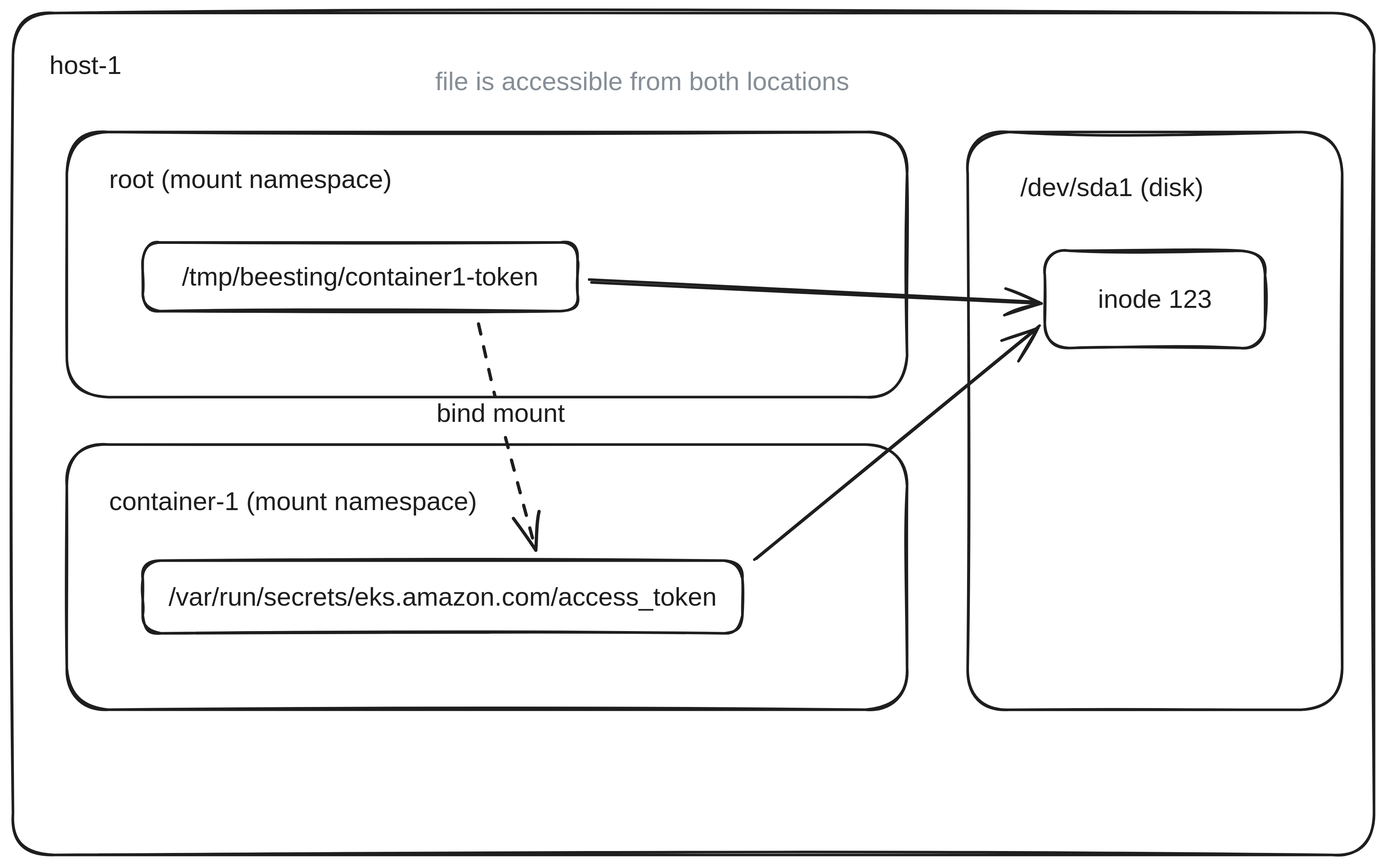
Before: presentation/public/bind_mount.excalidraw.svg, a diagram exported from Excalidraw (patrickpichler/beesting_talk). Source tidied: one line per element, renumbered; positions are measured from the earlier drawing's top-left corner, leaving out a move shared by most shapes.
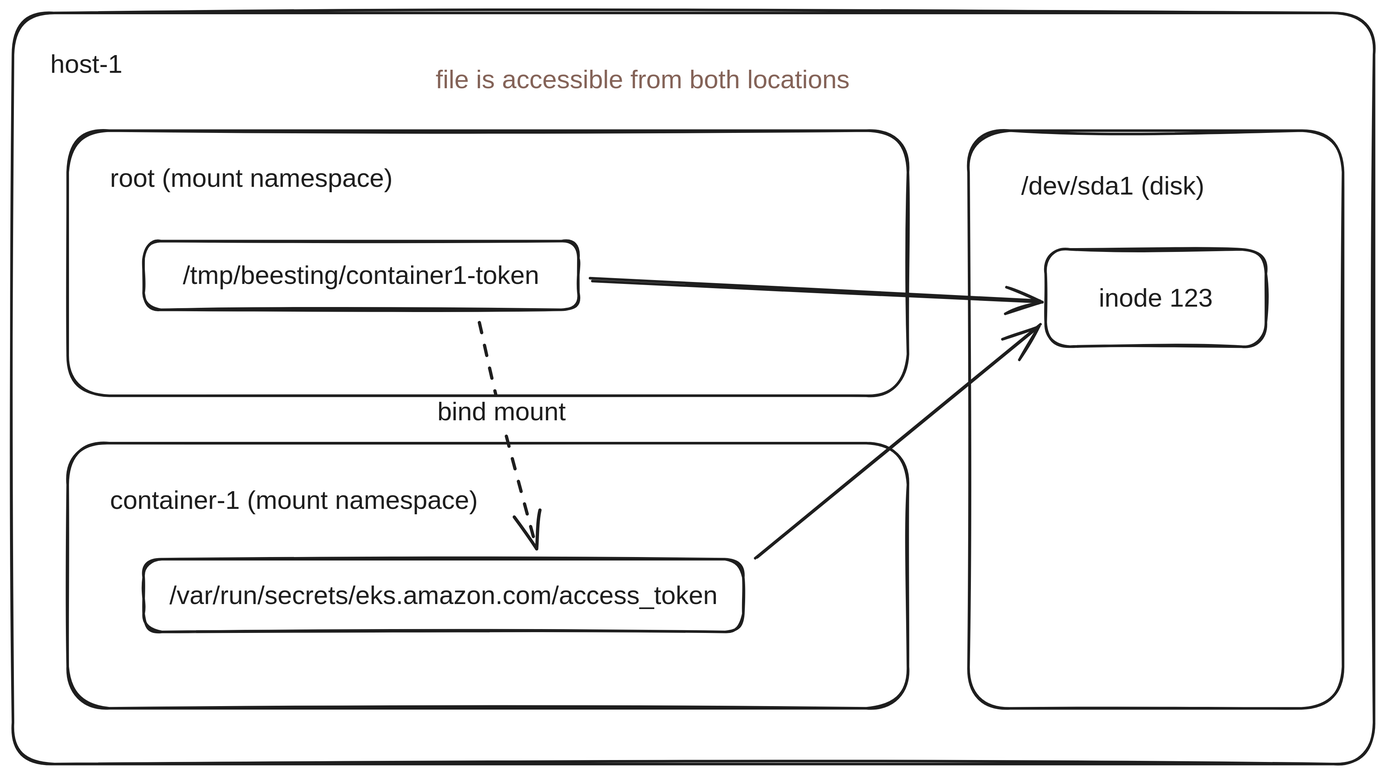
Above is the later version.

Change to the diagram source:
```diff
@@ -1,4 +1,4 @@
-{"id": 0, "type": "rectangle", "strokeColor": "#1e1e1e", "strokeWidth": 2, "roughness": 1, "round": true, "x": 0, "y": 0, "width": 1049, "height": 649}
+{"id": 0, "type": "rectangle", "strokeColor": "#1e1e1e", "strokeWidth": 2, "roughness": 1, "round": true, "x": -1, "y": 1, "width": 1049, "height": 579}
 {"id": 1, "type": "text", "text": "host-1", "strokeColor": "#1e1e1e", "strokeWidth": 2, "roughness": 1, "fontSize": 20, "fontFamily": 2, "x": 28, "y": 29, "width": 56, "height": 23}
 {"id": 2, "type": "rectangle", "strokeColor": "#1e1e1e", "strokeWidth": 2, "roughness": 1, "round": true, "x": 41, "y": 92, "width": 647, "height": 204}
 {"id": 3, "type": "text", "text": "root (mount namespace)", "strokeColor": "#1e1e1e", "strokeWidth": 2, "roughness": 1, "fontSize": 20, "fontFamily": 2, "x": 74, "y": 117, "width": 218, "height": 23}
@@ -12,7 +12,7 @@
 {"id": 11, "type": "arrow", "strokeColor": "#1e1e1e", "strokeWidth": 2, "roughness": 1, "endArrowhead": "arrow", "round": true, "from": 17, "to": 8, "x": 572, "y": 421, "width": 219, "height": 180, "points": [[0, 0], [219, -180]]}
 {"id": 12, "type": "arrow", "strokeColor": "#1e1e1e", "strokeWidth": 2, "strokeStyle": "dashed", "roughness": 1, "endArrowhead": "arrow", "round": true, "from": 15, "to": 17, "x": 358, "y": 240, "width": 45, "height": 173, "points": [[0, 0], [18, 68], [45, 173]]}
 {"id": 13, "type": "text", "text": "bind mount", "strokeColor": "#1e1e1e", "strokeWidth": 2, "strokeStyle": "dashed", "roughness": 1, "fontSize": 20, "fontFamily": 2, "textAlign": "center", "verticalAlign": "middle", "inside": 12, "x": 320, "y": 300, "width": 99, "height": 23}
-{"id": 14, "type": "text", "text": "file is accessible from both locations\n", "strokeColor": "#868e96", "strokeWidth": 2, "strokeStyle": "dashed", "roughness": 1, "fontSize": 20, "fontFamily": 2, "x": 325, "y": 41, "width": 319, "height": 46}
+{"id": 14, "type": "text", "text": "file is accessible from both locations\n", "strokeColor": "#846358", "strokeWidth": 2, "strokeStyle": "dashed", "roughness": 1, "fontSize": 20, "fontFamily": 2, "x": 325, "y": 41, "width": 319, "height": 46}
 {"id": 15, "type": "rectangle", "strokeColor": "#1e1e1e", "strokeWidth": 2, "roughness": 1, "round": true, "x": 100, "y": 177, "width": 335, "height": 53}
 {"id": 16, "type": "text", "text": "/tmp/beesting/container1-token", "strokeColor": "#1e1e1e", "strokeWidth": 2, "roughness": 1, "fontSize": 20, "fontFamily": 2, "textAlign": "center", "verticalAlign": "middle", "inside": 15, "x": 130, "y": 192, "width": 275, "height": 23}
 {"id": 17, "type": "rectangle", "strokeColor": "#1e1e1e", "strokeWidth": 2, "roughness": 1, "round": true, "x": 100, "y": 422, "width": 462, "height": 56}
```
